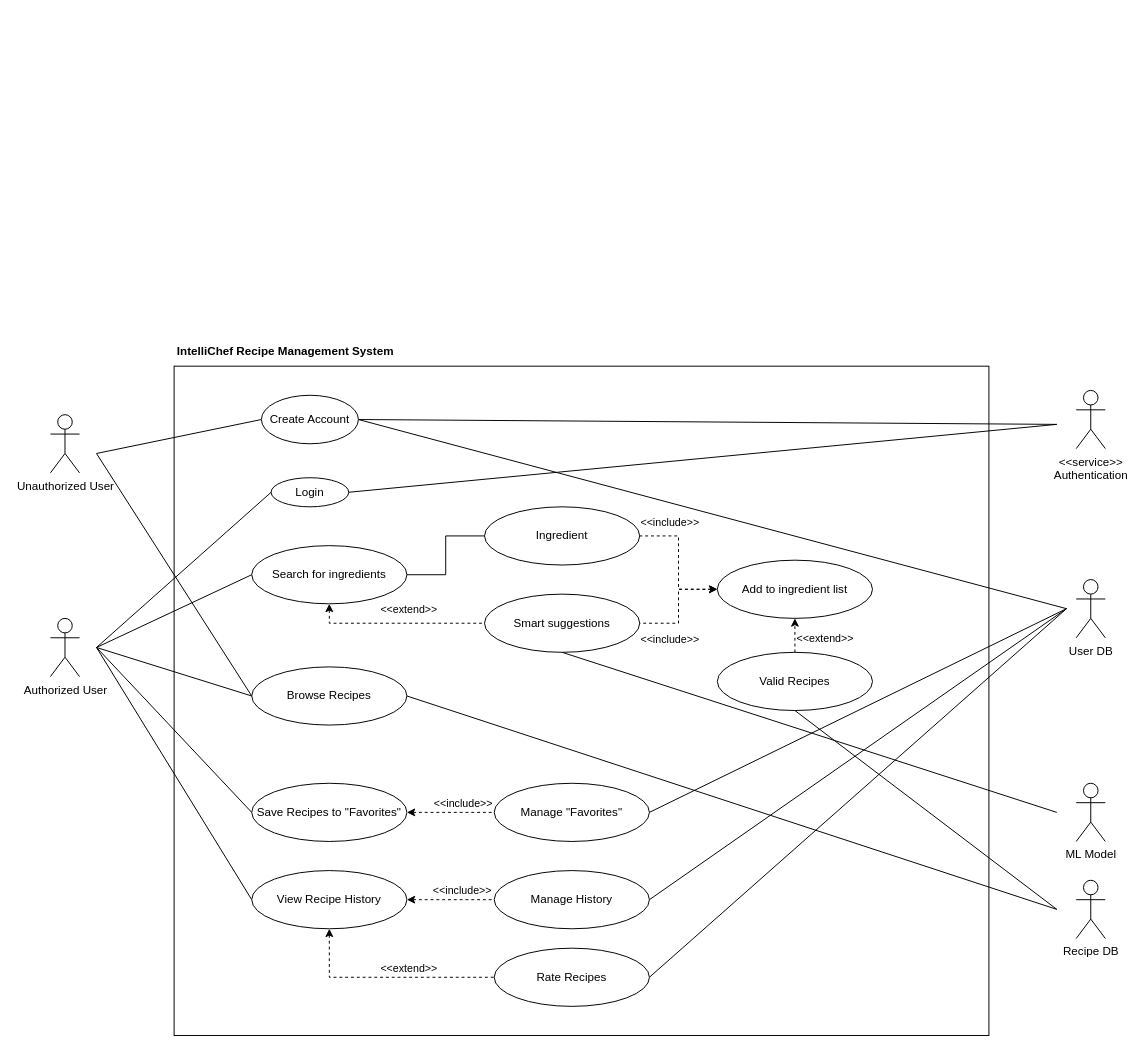
Above: UseCaseDiagram_A2.drawio in vincentgruse/COSC612-IntelliChef (draw.io), before the change. Source tidied: cells renumbered, new cells numbered last; positions are measured from the earlier drawing's top-left corner, leaving out a move shared by most shapes. Both pictures are drawn from the tidied source at 97%, with x=0, y=0 at pixel (49, 337).
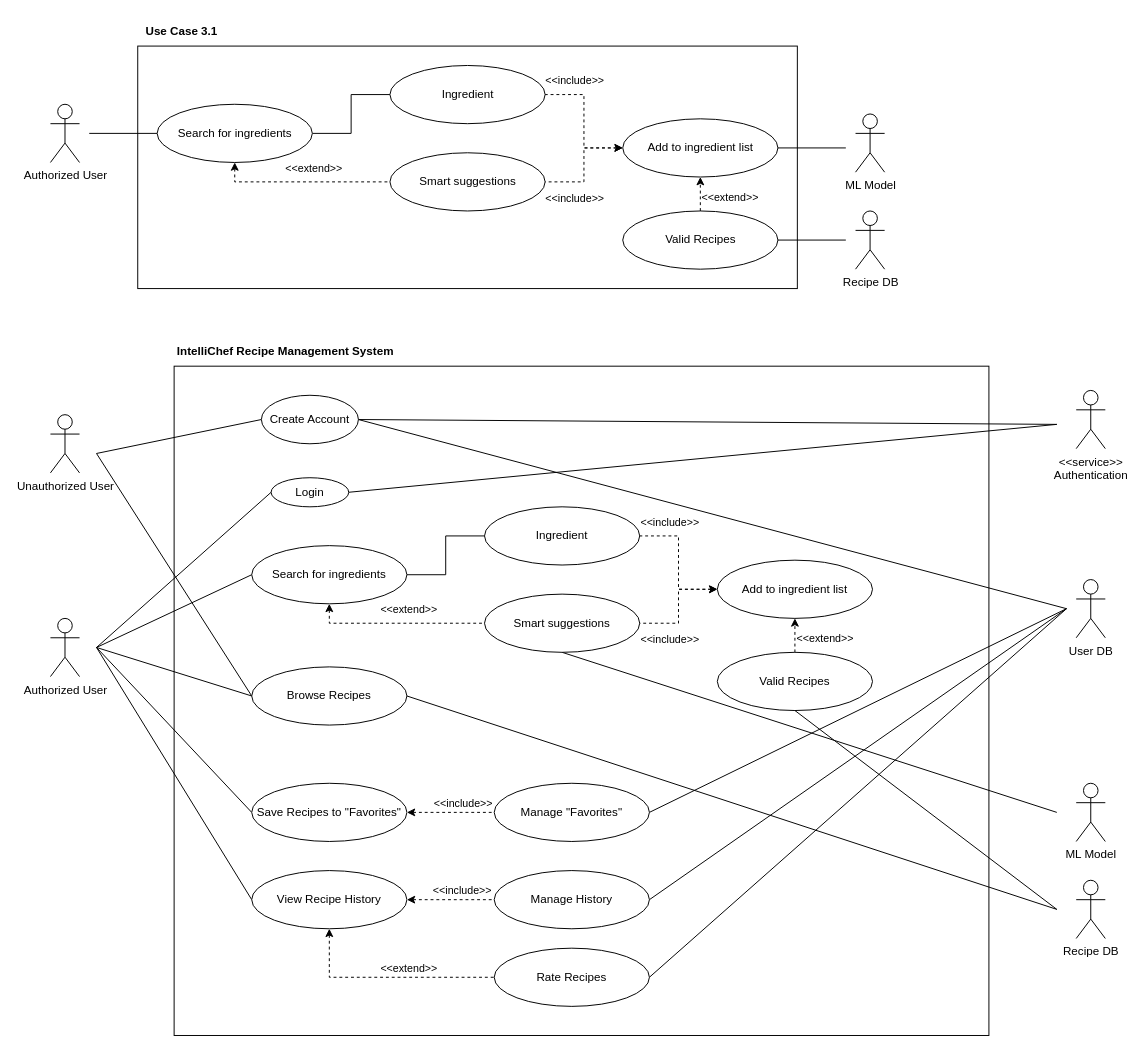
After the change.

Change to the diagram source:
```diff
@@
+    <mxCell id="54" style="rounded=0;whiteSpace=wrap;html=1;fontFamily=Helvetica;fontSize=11;fontColor=default;labelBackgroundColor=default;" parent="1" vertex="1">
+      <mxGeometry x="90.5" y="-300" width="680" height="250" as="geometry" />
+    </mxCell>
+    <mxCell id="55" value="&lt;b&gt;Use Case 3.1&lt;/b&gt;" style="text;strokeColor=none;align=center;fillColor=none;html=1;verticalAlign=middle;whiteSpace=wrap;rounded=0;" parent="1" vertex="1">
+      <mxGeometry x="90.5" y="-330" width="90" height="30" as="geometry" />
+    </mxCell>
+    <mxCell id="56" value="Authorized User" style="shape=umlActor;verticalLabelPosition=bottom;verticalAlign=top;html=1;" parent="1" vertex="1">
+      <mxGeometry x="0.5" y="-240" width="30" height="60" as="geometry" />
+    </mxCell>
+    <mxCell id="57" style="edgeStyle=orthogonalEdgeStyle;rounded=0;jettySize=auto;html=1;exitX=1;exitY=0.5;exitDx=0;exitDy=0;entryX=0;entryY=0.5;entryDx=0;entryDy=0;strokeColor=default;align=center;verticalAlign=middle;fontFamily=Helvetica;fontSize=11;fontColor=default;labelBackgroundColor=default;endArrow=none;endFill=0;startArrow=none;startFill=0;" parent="1" edge="1" source="61" target="62">
+      <mxGeometry relative="1" as="geometry" />
+    </mxCell>
+    <mxCell id="58" style="edgeStyle=orthogonalEdgeStyle;rounded=0;jettySize=auto;html=1;exitX=0.5;exitY=1;exitDx=0;exitDy=0;entryX=0;entryY=0.5;entryDx=0;entryDy=0;strokeColor=default;align=center;verticalAlign=middle;fontFamily=Helvetica;fontSize=11;fontColor=default;labelBackgroundColor=default;endArrow=none;endFill=0;startArrow=classic;startFill=1;dashed=1;" parent="1" edge="1" source="61" target="63">
+      <mxGeometry relative="1" as="geometry" />
+    </mxCell>
+    <mxCell id="59" value="&amp;lt;&amp;lt;extend&amp;gt;&amp;gt;" style="edgeLabel;html=1;align=center;verticalAlign=middle;fontFamily=Helvetica;fontSize=11;fontColor=default;labelBackgroundColor=default;" parent="58" vertex="1">
+      <mxGeometry x="0.13" y="2" relative="1" as="geometry">
+        <mxPoint x="-1" y="-13" as="offset" />
+      </mxGeometry>
+    </mxCell>
+    <mxCell id="60" style="rounded=0;jettySize=auto;html=1;exitX=0;exitY=0.5;exitDx=0;exitDy=0;endArrow=none;endFill=0;" parent="1" edge="1" source="61">
+      <mxGeometry relative="1" as="geometry">
+        <mxPoint x="40.5" y="-210" as="targetPoint" />
+      </mxGeometry>
+    </mxCell>
+    <mxCell id="61" value="Search for ingredients" style="ellipse;whiteSpace=wrap;html=1;" parent="1" vertex="1">
+      <mxGeometry x="110.5" y="-240" width="160" height="60" as="geometry" />
+    </mxCell>
+    <mxCell id="62" value="Ingredient" style="ellipse;whiteSpace=wrap;html=1;" parent="1" vertex="1">
+      <mxGeometry x="350.5" y="-280" width="160" height="60" as="geometry" />
+    </mxCell>
+    <mxCell id="63" value="Smart suggestions" style="ellipse;whiteSpace=wrap;html=1;" parent="1" vertex="1">
+      <mxGeometry x="350.5" y="-190" width="160" height="60" as="geometry" />
+    </mxCell>
+    <mxCell id="64" style="edgeStyle=orthogonalEdgeStyle;rounded=0;jettySize=auto;html=1;exitX=0;exitY=0.5;exitDx=0;exitDy=0;entryX=1;entryY=0.5;entryDx=0;entryDy=0;strokeColor=default;align=center;verticalAlign=middle;fontFamily=Helvetica;fontSize=11;fontColor=default;labelBackgroundColor=default;endArrow=none;endFill=0;startArrow=classic;startFill=1;dashed=1;" parent="1" edge="1" source="69" target="63">
+      <mxGeometry relative="1" as="geometry" />
+    </mxCell>
+    <mxCell id="65" value="&amp;lt;&amp;lt;include&amp;gt;&amp;gt;" style="edgeLabel;html=1;align=center;verticalAlign=middle;fontFamily=Helvetica;fontSize=11;fontColor=default;labelBackgroundColor=default;" parent="64" vertex="1">
+      <mxGeometry x="0.28" y="-3" relative="1" as="geometry">
+        <mxPoint x="-7" y="17" as="offset" />
+      </mxGeometry>
+    </mxCell>
+    <mxCell id="66" style="edgeStyle=orthogonalEdgeStyle;rounded=0;jettySize=auto;html=1;exitX=0;exitY=0.5;exitDx=0;exitDy=0;entryX=1;entryY=0.5;entryDx=0;entryDy=0;strokeColor=default;align=center;verticalAlign=middle;fontFamily=Helvetica;fontSize=11;fontColor=default;labelBackgroundColor=default;endArrow=none;endFill=0;startArrow=classic;startFill=1;dashed=1;" parent="1" edge="1" source="69" target="62">
+      <mxGeometry relative="1" as="geometry" />
+    </mxCell>
+    <mxCell id="67" value="&amp;lt;&amp;lt;include&amp;gt;&amp;gt;" style="edgeLabel;html=1;align=center;verticalAlign=middle;fontFamily=Helvetica;fontSize=11;fontColor=default;labelBackgroundColor=default;" parent="66" vertex="1">
+      <mxGeometry x="0.31" y="1" relative="1" as="geometry">
+        <mxPoint x="-9" y="-22" as="offset" />
+      </mxGeometry>
+    </mxCell>
+    <mxCell id="68" style="rounded=0;jettySize=auto;html=1;exitX=1;exitY=0.5;exitDx=0;exitDy=0;endArrow=none;endFill=0;" parent="1" edge="1" source="69">
+      <mxGeometry relative="1" as="geometry">
+        <mxPoint x="820.5" y="-195" as="targetPoint" />
+      </mxGeometry>
+    </mxCell>
+    <mxCell id="69" value="Add to ingredient list" style="ellipse;whiteSpace=wrap;html=1;" parent="1" vertex="1">
+      <mxGeometry x="590.5" y="-225" width="160" height="60" as="geometry" />
+    </mxCell>
+    <mxCell id="70" style="edgeStyle=orthogonalEdgeStyle;rounded=0;jettySize=auto;html=1;exitX=0.5;exitY=0;exitDx=0;exitDy=0;entryX=0.5;entryY=1;entryDx=0;entryDy=0;strokeColor=default;align=center;verticalAlign=middle;fontFamily=Helvetica;fontSize=11;fontColor=default;labelBackgroundColor=default;endArrow=classic;endFill=1;startArrow=none;startFill=0;dashed=1;" parent="1" edge="1" source="73" target="69">
+      <mxGeometry relative="1" as="geometry" />
+    </mxCell>
+    <mxCell id="71" value="&amp;lt;&amp;lt;extend&amp;gt;&amp;gt;" style="edgeLabel;html=1;align=center;verticalAlign=middle;fontFamily=Helvetica;fontSize=11;fontColor=default;labelBackgroundColor=default;" parent="70" vertex="1">
+      <mxGeometry x="0.35" y="-2" relative="1" as="geometry">
+        <mxPoint x="28" y="9" as="offset" />
+      </mxGeometry>
+    </mxCell>
+    <mxCell id="72" style="rounded=0;jettySize=auto;html=1;exitX=1;exitY=0.5;exitDx=0;exitDy=0;endArrow=none;endFill=0;" parent="1" edge="1" source="73">
+      <mxGeometry relative="1" as="geometry">
+        <mxPoint x="820.5" y="-100" as="targetPoint" />
+      </mxGeometry>
+    </mxCell>
+    <mxCell id="73" value="Valid Recipes" style="ellipse;whiteSpace=wrap;html=1;" parent="1" vertex="1">
+      <mxGeometry x="590.5" y="-130" width="160" height="60" as="geometry" />
+    </mxCell>
+    <mxCell id="74" value="Recipe DB" style="shape=umlActor;verticalLabelPosition=bottom;verticalAlign=top;html=1;" parent="1" vertex="1">
+      <mxGeometry x="830.5" y="-130" width="30" height="60" as="geometry" />
+    </mxCell>
+    <mxCell id="75" value="ML Model" style="shape=umlActor;verticalLabelPosition=bottom;verticalAlign=top;html=1;" parent="1" vertex="1">
+      <mxGeometry x="830.5" y="-230" width="30" height="60" as="geometry" />
+    </mxCell>
```
